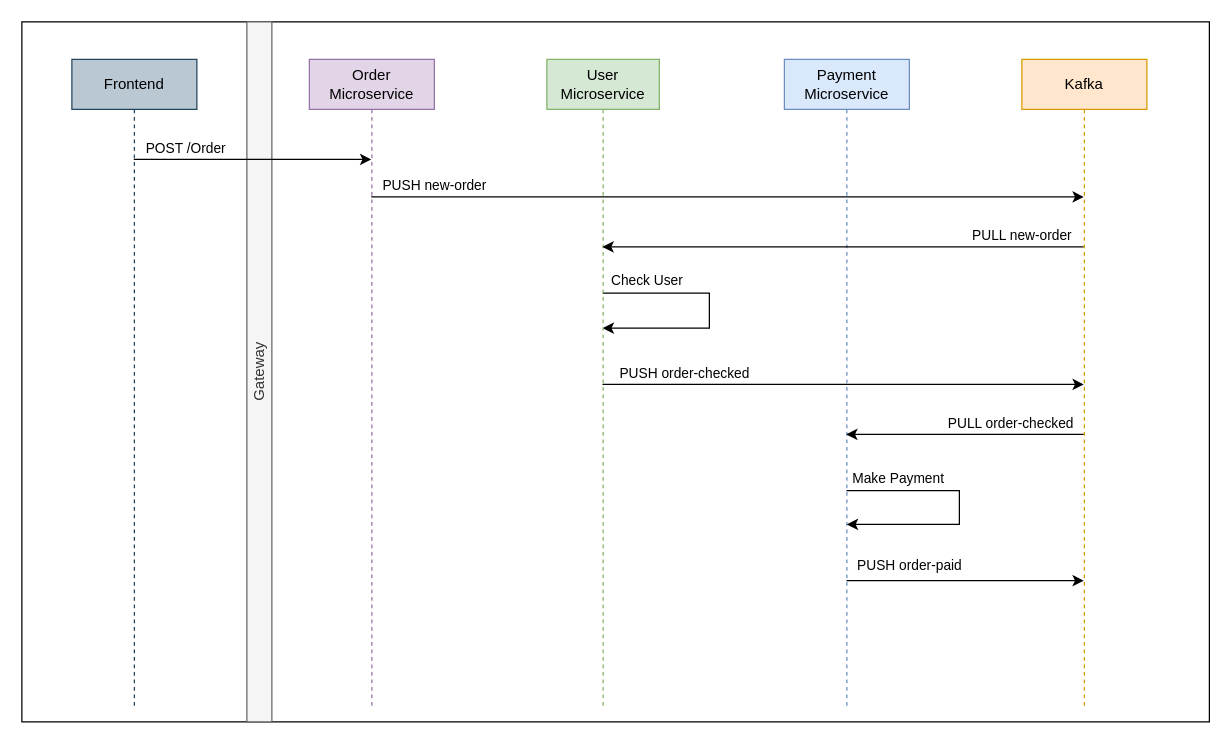
This is page "Sequence" (2 of 2) of microservices.drawio from belluccifranco/spring-concepts-microservices, a draw.io file, before an edit. Source tidied: cells renumbered, new cells numbered last; positions are measured from the earlier drawing's top-left corner, leaving out a move shared by most shapes. Both pictures are drawn from the tidied source at 125%, with x=0, y=0 at pixel (21, 21).
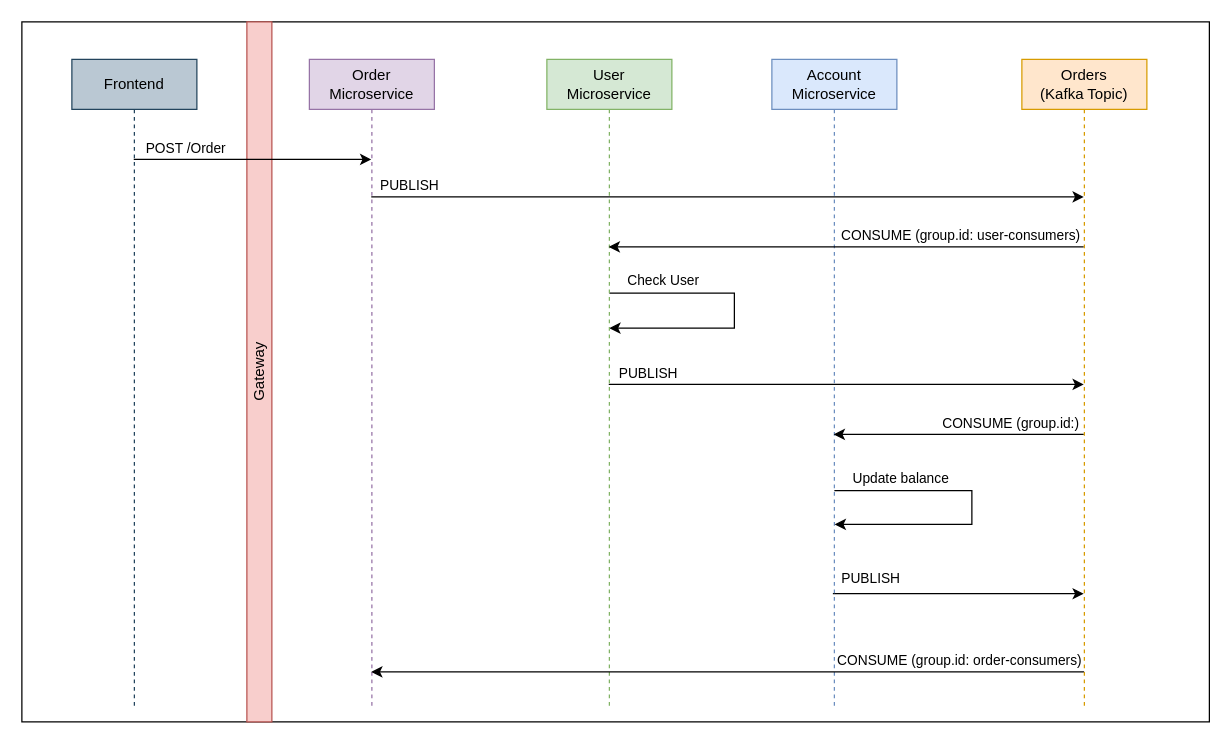
The same diagram, later.

The change refers to these unchanged cells:
```xml
<mxCell id="4" style="edgeStyle=orthogonalEdgeStyle;rounded=0;jettySize=auto;html=1;" parent="1" edge="1" source="6" target="19">
  <mxGeometry relative="1" as="geometry">
    <Array as="points">
      <mxPoint x="600" y="140" />
      <mxPoint x="600" y="140" />
    </Array>
  </mxGeometry>
</mxCell>
<mxCell id="6" value="Order Microservice" style="shape=umlLifeline;perimeter=lifelinePerimeter;whiteSpace=wrap;html=1;outlineConnect=0;fillColor=#e1d5e7;strokeColor=#9673a6;" parent="1" vertex="1">
  <mxGeometry x="230" y="30" width="100" height="520" as="geometry" />
</mxCell>
<mxCell id="9" style="edgeStyle=orthogonalEdgeStyle;rounded=0;jettySize=auto;html=1;startArrow=none;startFill=0;endArrow=classic;endFill=1;" parent="1" edge="1" source="11" target="19">
  <mxGeometry relative="1" as="geometry" />
</mxCell>
<mxCell id="15" style="edgeStyle=orthogonalEdgeStyle;rounded=0;jettySize=auto;html=1;" parent="1" edge="1" source="19" target="11">
  <mxGeometry relative="1" as="geometry">
    <Array as="points">
      <mxPoint x="570" y="180" />
      <mxPoint x="570" y="180" />
    </Array>
  </mxGeometry>
</mxCell>
<mxCell id="17" style="edgeStyle=orthogonalEdgeStyle;rounded=0;jettySize=auto;html=1;startArrow=none;startFill=0;endArrow=classic;endFill=1;" parent="1" edge="1" source="19" target="14">
  <mxGeometry relative="1" as="geometry">
    <Array as="points">
      <mxPoint x="720" y="330" />
      <mxPoint x="720" y="330" />
    </Array>
  </mxGeometry>
</mxCell>
```

What changed in the source:
```diff
@@
-    <mxCell id="5" value="PUSH new-order" style="edgeLabel;html=1;align=center;verticalAlign=middle;" parent="4" vertex="1">
+    <mxCell id="5" value="PUBLISH" style="edgeLabel;html=1;align=center;verticalAlign=middle;" parent="4" vertex="1">
       <mxGeometry x="-0.06" y="-2" relative="1" as="geometry">
-        <mxPoint x="-218" y="-12" as="offset" />
+        <mxPoint x="-238" y="-12" as="offset" />
       </mxGeometry>
     </mxCell>
@@
     <mxCell id="7" style="edgeStyle=orthogonalEdgeStyle;rounded=0;orthogonalLoop=1;jettySize=auto;html=1;startArrow=classic;startFill=1;endArrow=none;endFill=0;" parent="1" edge="1">
       <mxGeometry relative="1" as="geometry">
-        <mxPoint x="464.7" y="245" as="sourcePoint" />
-        <mxPoint x="464.7" y="217" as="targetPoint" />
+        <mxPoint x="470" y="245" as="sourcePoint" />
+        <mxPoint x="470" y="217" as="targetPoint" />
         <Array as="points">
-          <mxPoint x="550" y="245" />
-          <mxPoint x="550" y="217" />
+          <mxPoint x="570" y="245" />
+          <mxPoint x="570" y="217" />
         </Array>
       </mxGeometry>
     </mxCell>
@@
-    <mxCell id="10" value="PUSH order-checked" style="edgeLabel;html=1;align=center;verticalAlign=middle;" parent="9" vertex="1">
+    <mxCell id="10" value="PUBLISH" style="edgeLabel;html=1;align=center;verticalAlign=middle;" parent="9" vertex="1">
       <mxGeometry x="0.22" y="2" relative="1" as="geometry">
-        <mxPoint x="-170" y="-8" as="offset" />
+        <mxPoint x="-201" y="-8" as="offset" />
       </mxGeometry>
     </mxCell>
-    <mxCell id="11" value="User Microservice" style="shape=umlLifeline;perimeter=lifelinePerimeter;whiteSpace=wrap;html=1;outlineConnect=0;fillColor=#d5e8d4;strokeColor=#82b366;" parent="1" vertex="1">
-      <mxGeometry x="420" y="30" width="90" height="520" as="geometry" />
+    <mxCell id="11" value="User &lt;br&gt;Microservice" style="shape=umlLifeline;perimeter=lifelinePerimeter;whiteSpace=wrap;html=1;outlineConnect=0;fillColor=#d5e8d4;strokeColor=#82b366;" parent="1" vertex="1">
+      <mxGeometry x="420" y="30" width="100" height="520" as="geometry" />
     </mxCell>
-    <mxCell id="12" style="edgeStyle=orthogonalEdgeStyle;rounded=0;orthogonalLoop=1;jettySize=auto;html=1;startArrow=none;startFill=0;endArrow=classic;endFill=1;" parent="1" edge="1">
+    <mxCell id="12" style="edgeStyle=orthogonalEdgeStyle;rounded=0;jettySize=auto;html=1;startArrow=none;startFill=0;endArrow=classic;endFill=1;exitX=0.488;exitY=0.822;exitDx=0;exitDy=0;exitPerimeter=0;" parent="1" edge="1" source="14" target="19">
       <mxGeometry relative="1" as="geometry">
-        <mxPoint x="659.7" y="447" as="sourcePoint" />
-        <mxPoint x="849.5" y="447" as="targetPoint" />
+        <Array as="points">
+          <mxPoint x="800" y="457" />
+          <mxPoint x="800" y="457" />
+        </Array>
       </mxGeometry>
     </mxCell>
-    <mxCell id="13" value="PUSH order-paid" style="edgeLabel;html=1;align=center;verticalAlign=middle;" parent="12" vertex="1">
+    <mxCell id="13" value="PUBLISH" style="edgeLabel;html=1;align=center;verticalAlign=middle;" parent="12" vertex="1">
       <mxGeometry x="0.19" y="3" relative="1" as="geometry">
-        <mxPoint x="-63" y="-10" as="offset" />
+        <mxPoint x="-89" y="-10" as="offset" />
       </mxGeometry>
     </mxCell>
-    <mxCell id="14" value="Payment Microservice" style="shape=umlLifeline;perimeter=lifelinePerimeter;whiteSpace=wrap;html=1;outlineConnect=0;fillColor=#dae8fc;strokeColor=#6c8ebf;" parent="1" vertex="1">
-      <mxGeometry x="610" y="30" width="100" height="520" as="geometry" />
+    <mxCell id="14" value="Account Microservice" style="shape=umlLifeline;perimeter=lifelinePerimeter;whiteSpace=wrap;html=1;outlineConnect=0;fillColor=#dae8fc;strokeColor=#6c8ebf;" parent="1" vertex="1">
+      <mxGeometry x="600" y="30" width="100" height="520" as="geometry" />
     </mxCell>
+    <mxCell id="25" style="edgeStyle=orthogonalEdgeStyle;rounded=0;jettySize=auto;html=1;" parent="14" edge="1" target="6">
+      <mxGeometry relative="1" as="geometry">
+        <mxPoint x="249.8" y="490" as="sourcePoint" />
+        <Array as="points">
+          <mxPoint x="-180" y="490" />
+          <mxPoint x="-180" y="490" />
+        </Array>
+      </mxGeometry>
+    </mxCell>
+    <mxCell id="26" value="CONSUME (group.id: order-consumers)" style="edgeLabel;html=1;align=center;verticalAlign=middle;" parent="25" vertex="1">
+      <mxGeometry x="-0.27" y="2" relative="1" as="geometry">
+        <mxPoint x="108" y="-12" as="offset" />
+      </mxGeometry>
+    </mxCell>
@@
-    <mxCell id="16" value="PULL new-order" style="edgeLabel;html=1;align=center;verticalAlign=middle;" parent="15" vertex="1">
+    <mxCell id="16" value="CONSUME (group.id: user-consumers)" style="edgeLabel;html=1;align=center;verticalAlign=middle;" parent="15" vertex="1">
       <mxGeometry x="-0.27" y="2" relative="1" as="geometry">
-        <mxPoint x="91" y="-12" as="offset" />
+        <mxPoint x="40" y="-12" as="offset" />
       </mxGeometry>
     </mxCell>
@@
-    <mxCell id="18" value="PULL order-checked" style="edgeLabel;html=1;align=center;verticalAlign=middle;" parent="17" vertex="1">
+    <mxCell id="18" value="CONSUME (group.id:)" style="edgeLabel;html=1;align=center;verticalAlign=middle;" parent="17" vertex="1">
       <mxGeometry x="-0.21" y="-1" relative="1" as="geometry">
-        <mxPoint x="16" y="-9" as="offset" />
+        <mxPoint x="20" y="-9" as="offset" />
       </mxGeometry>
     </mxCell>
-    <mxCell id="19" value="Kafka" style="shape=umlLifeline;perimeter=lifelinePerimeter;whiteSpace=wrap;html=1;outlineConnect=0;fillColor=#ffe6cc;strokeColor=#d79b00;" parent="1" vertex="1">
+    <mxCell id="19" value="Orders&lt;br&gt;(Kafka Topic)" style="shape=umlLifeline;perimeter=lifelinePerimeter;whiteSpace=wrap;html=1;outlineConnect=0;fillColor=#ffe6cc;strokeColor=#d79b00;" parent="1" vertex="1">
       <mxGeometry x="800" y="30" width="100" height="520" as="geometry" />
     </mxCell>
-    <mxCell id="20" value="Gateway" style="rounded=0;whiteSpace=wrap;html=1;horizontal=0;fillColor=#f5f5f5;strokeColor=#666666;fontColor=#333333;" parent="1" vertex="1">
+    <mxCell id="20" value="Gateway" style="rounded=0;whiteSpace=wrap;html=1;horizontal=0;fillColor=#f8cecc;strokeColor=#b85450;" parent="1" vertex="1">
       <mxGeometry x="180" width="20" height="560" as="geometry" />
     </mxCell>
@@
     <mxCell id="23" style="edgeStyle=orthogonalEdgeStyle;rounded=0;orthogonalLoop=1;jettySize=auto;html=1;startArrow=none;startFill=0;endArrow=classic;endFill=1;" parent="1" edge="1">
       <mxGeometry relative="1" as="geometry">
-        <mxPoint x="659.7" y="375" as="sourcePoint" />
-        <mxPoint x="660" y="402" as="targetPoint" />
+        <mxPoint x="650" y="375" as="sourcePoint" />
+        <mxPoint x="650.3" y="402" as="targetPoint" />
         <Array as="points">
-          <mxPoint x="750" y="375" />
-          <mxPoint x="750" y="402" />
-          <mxPoint x="660" y="402" />
+          <mxPoint x="760" y="375" />
+          <mxPoint x="760" y="402" />
         </Array>
       </mxGeometry>
     </mxCell>
-    <mxCell id="24" value="Make Payment" style="edgeLabel;html=1;align=center;verticalAlign=middle;" parent="23" vertex="1">
+    <mxCell id="24" value="Update balance" style="edgeLabel;html=1;align=center;verticalAlign=middle;" parent="23" vertex="1">
       <mxGeometry x="-0.45" relative="1" as="geometry">
         <mxPoint x="-16" y="-11" as="offset" />
       </mxGeometry>
     </mxCell>
```
